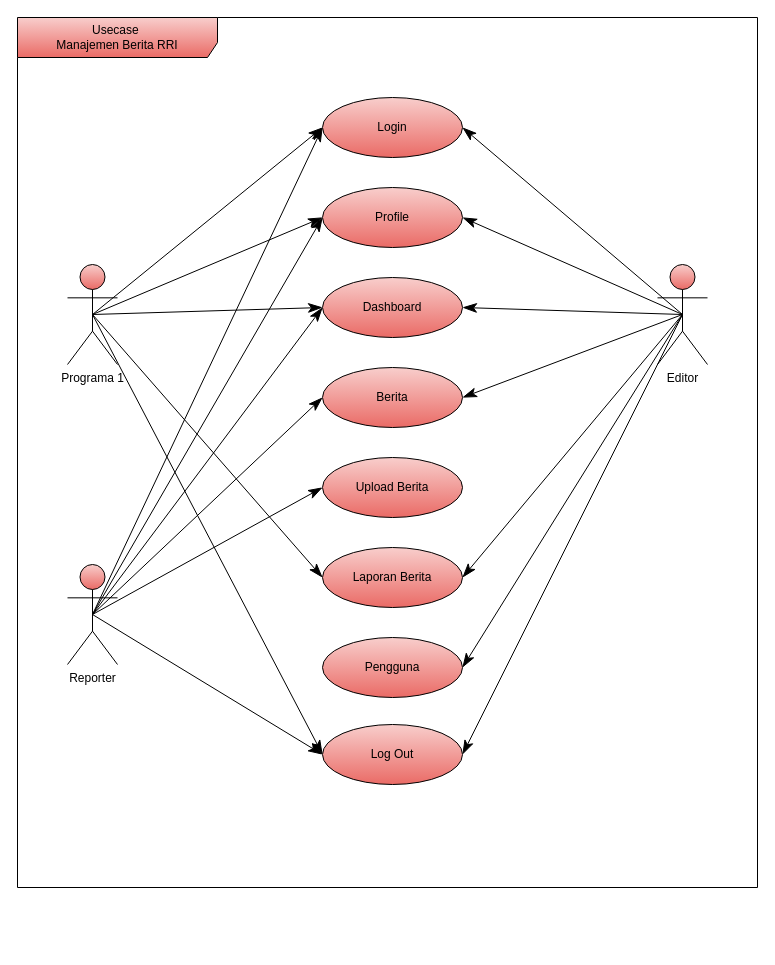
This is page "Page-2" (1 of 13) of uml/uml.drawio from Ramadhanheru/Manajemen-Berita-RRI, a draw.io file, before an edit. Source tidied: cells renumbered, new cells numbered last; positions are measured from the earlier drawing's top-left corner, leaving out a move shared by most shapes. Both pictures are drawn from the tidied source at 100%, with x=0, y=0 at pixel (17, 17).
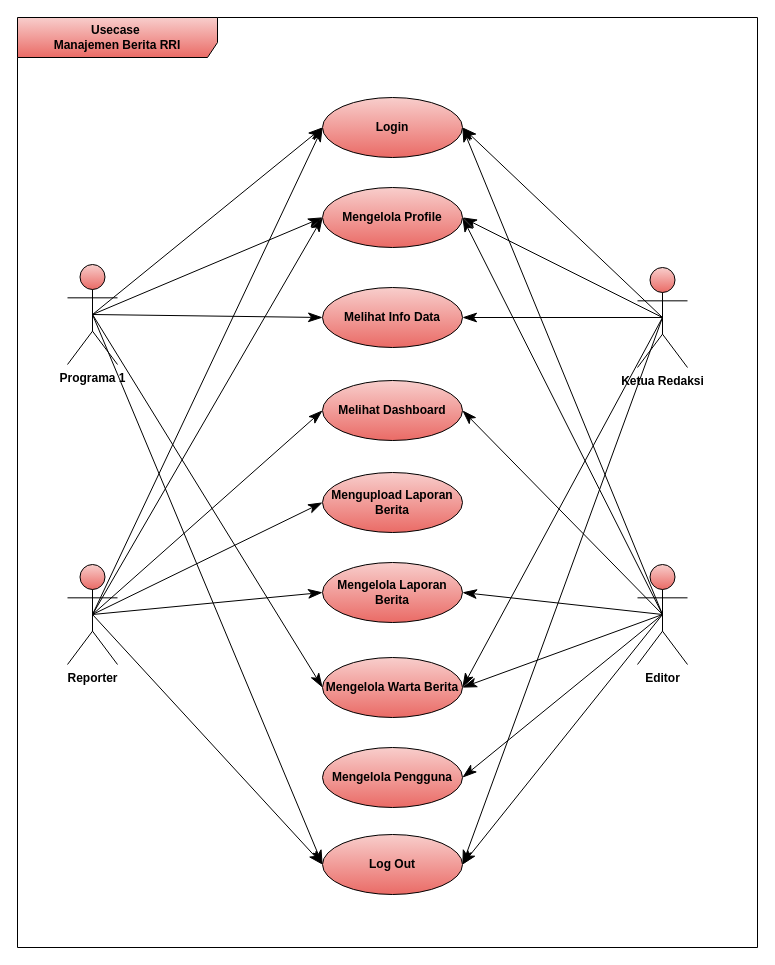
The same page after the edit.

What changed in the source:
```diff
@@
-    <mxCell id="2" value="Usecase&amp;nbsp;&lt;br&gt;Manajemen Berita RRI" style="shape=umlFrame;whiteSpace=wrap;html=1;width=200;height=40;fillColor=#f8cecc;gradientColor=#ea6b66;" parent="1" vertex="1">
-      <mxGeometry width="740" height="870" as="geometry" />
+    <mxCell id="2" value="&lt;b&gt;Usecase&amp;nbsp;&lt;br&gt;Manajemen Berita RRI&lt;/b&gt;" style="shape=umlFrame;whiteSpace=wrap;html=1;width=200;height=40;fillColor=#f8cecc;gradientColor=#ea6b66;" parent="1" vertex="1">
+      <mxGeometry width="740" height="930" as="geometry" />
     </mxCell>
-    <mxCell id="3" value="Editor" style="shape=umlActor;verticalLabelPosition=bottom;verticalAlign=top;html=1;fillColor=#f8cecc;gradientColor=#ea6b66;" parent="1" vertex="1">
-      <mxGeometry x="640" y="247" width="50" height="100" as="geometry" />
+    <mxCell id="3" value="&lt;b&gt;Editor&lt;/b&gt;" style="shape=umlActor;verticalLabelPosition=bottom;verticalAlign=top;html=1;fillColor=#f8cecc;gradientColor=#ea6b66;" parent="1" vertex="1">
+      <mxGeometry x="620" y="547" width="50" height="100" as="geometry" />
     </mxCell>
-    <mxCell id="4" value="Programa 1" style="shape=umlActor;verticalLabelPosition=bottom;verticalAlign=top;html=1;fillColor=#f8cecc;gradientColor=#ea6b66;" parent="1" vertex="1">
+    <mxCell id="4" value="&lt;b&gt;Programa 1&lt;/b&gt;" style="shape=umlActor;verticalLabelPosition=bottom;verticalAlign=top;html=1;fillColor=#f8cecc;gradientColor=#ea6b66;" parent="1" vertex="1">
       <mxGeometry x="50" y="247" width="50" height="100" as="geometry" />
     </mxCell>
-    <mxCell id="5" value="Reporter" style="shape=umlActor;verticalLabelPosition=bottom;verticalAlign=top;html=1;fillColor=#f8cecc;gradientColor=#ea6b66;" parent="1" vertex="1">
+    <mxCell id="5" value="&lt;b&gt;Reporter&lt;/b&gt;" style="shape=umlActor;verticalLabelPosition=bottom;verticalAlign=top;html=1;fillColor=#f8cecc;gradientColor=#ea6b66;" parent="1" vertex="1">
       <mxGeometry x="50" y="547" width="50" height="100" as="geometry" />
     </mxCell>
-    <mxCell id="6" value="Login" style="ellipse;whiteSpace=wrap;html=1;fillColor=#f8cecc;gradientColor=#ea6b66;" parent="1" vertex="1">
+    <mxCell id="6" value="&lt;b&gt;Login&lt;/b&gt;" style="ellipse;whiteSpace=wrap;html=1;fillColor=#f8cecc;gradientColor=#ea6b66;" parent="1" vertex="1">
       <mxGeometry x="305" y="80" width="140" height="60" as="geometry" />
     </mxCell>
-    <mxCell id="7" value="Profile" style="ellipse;whiteSpace=wrap;html=1;fillColor=#f8cecc;gradientColor=#ea6b66;" parent="1" vertex="1">
+    <mxCell id="7" value="&lt;b&gt;Mengelola Profile&lt;/b&gt;" style="ellipse;whiteSpace=wrap;html=1;fillColor=#f8cecc;gradientColor=#ea6b66;" parent="1" vertex="1">
       <mxGeometry x="305" y="170" width="140" height="60" as="geometry" />
     </mxCell>
-    <mxCell id="8" value="Dashboard" style="ellipse;whiteSpace=wrap;html=1;fillColor=#f8cecc;gradientColor=#ea6b66;" parent="1" vertex="1">
-      <mxGeometry x="305" y="260" width="140" height="60" as="geometry" />
+    <mxCell id="8" value="&lt;b&gt;Melihat Dashboard&lt;/b&gt;" style="ellipse;whiteSpace=wrap;html=1;fillColor=#f8cecc;gradientColor=#ea6b66;" parent="1" vertex="1">
+      <mxGeometry x="305" y="363" width="140" height="60" as="geometry" />
     </mxCell>
-    <mxCell id="9" value="Berita" style="ellipse;whiteSpace=wrap;html=1;fillColor=#f8cecc;gradientColor=#ea6b66;" parent="1" vertex="1">
-      <mxGeometry x="305" y="350" width="140" height="60" as="geometry" />
+    <mxCell id="9" value="&lt;b&gt;Mengelola Laporan Berita&lt;/b&gt;" style="ellipse;whiteSpace=wrap;html=1;fillColor=#f8cecc;gradientColor=#ea6b66;" parent="1" vertex="1">
+      <mxGeometry x="305" y="545" width="140" height="60" as="geometry" />
     </mxCell>
-    <mxCell id="10" value="Upload Berita" style="ellipse;whiteSpace=wrap;html=1;fillColor=#f8cecc;gradientColor=#ea6b66;" parent="1" vertex="1">
-      <mxGeometry x="305" y="440" width="140" height="60" as="geometry" />
+    <mxCell id="10" value="&lt;b&gt;Mengupload Laporan Berita&lt;/b&gt;" style="ellipse;whiteSpace=wrap;html=1;fillColor=#f8cecc;gradientColor=#ea6b66;" parent="1" vertex="1">
+      <mxGeometry x="305" y="455" width="140" height="60" as="geometry" />
     </mxCell>
-    <mxCell id="11" value="Laporan Berita" style="ellipse;whiteSpace=wrap;html=1;fillColor=#f8cecc;gradientColor=#ea6b66;" parent="1" vertex="1">
-      <mxGeometry x="305" y="530" width="140" height="60" as="geometry" />
+    <mxCell id="11" value="&lt;b&gt;Mengelola Warta Berita&lt;/b&gt;" style="ellipse;whiteSpace=wrap;html=1;fillColor=#f8cecc;gradientColor=#ea6b66;" parent="1" vertex="1">
+      <mxGeometry x="305" y="640" width="140" height="60" as="geometry" />
     </mxCell>
-    <mxCell id="12" value="Pengguna" style="ellipse;whiteSpace=wrap;html=1;fillColor=#f8cecc;gradientColor=#ea6b66;" parent="1" vertex="1">
-      <mxGeometry x="305" y="620" width="140" height="60" as="geometry" />
+    <mxCell id="12" value="&lt;b&gt;Mengelola Pengguna&lt;/b&gt;" style="ellipse;whiteSpace=wrap;html=1;fillColor=#f8cecc;gradientColor=#ea6b66;" parent="1" vertex="1">
+      <mxGeometry x="305" y="730" width="140" height="60" as="geometry" />
     </mxCell>
-    <mxCell id="13" value="Log Out" style="ellipse;whiteSpace=wrap;html=1;fillColor=#f8cecc;gradientColor=#ea6b66;" parent="1" vertex="1">
-      <mxGeometry x="305" y="707" width="140" height="60" as="geometry" />
+    <mxCell id="13" value="&lt;b&gt;Log Out&lt;/b&gt;" style="ellipse;whiteSpace=wrap;html=1;fillColor=#f8cecc;gradientColor=#ea6b66;" parent="1" vertex="1">
+      <mxGeometry x="305" y="817" width="140" height="60" as="geometry" />
     </mxCell>
@@
-    <mxCell id="16" style="endArrow=classicThin;endFill=1;endSize=12;html=1;entryX=0;entryY=0.5;entryDx=0;entryDy=0;exitX=0.5;exitY=0.5;exitDx=0;exitDy=0;exitPerimeter=0;fillColor=#f8cecc;gradientColor=#ea6b66;" parent="1" edge="1" source="4" target="8">
-      <mxGeometry relative="1" as="geometry" />
-    </mxCell>
@@
-    <mxCell id="27" style="endArrow=classicThin;endFill=1;endSize=12;html=1;entryX=1;entryY=0.5;entryDx=0;entryDy=0;exitX=0.5;exitY=0.5;exitDx=0;exitDy=0;exitPerimeter=0;fillColor=#f8cecc;gradientColor=#ea6b66;" parent="1" edge="1" source="3" target="9">
-      <mxGeometry relative="1" as="geometry" />
-    </mxCell>
@@
+    <mxCell id="27" style="endArrow=classicThin;endFill=1;endSize=12;html=1;entryX=1;entryY=0.5;entryDx=0;entryDy=0;exitX=0.5;exitY=0.5;exitDx=0;exitDy=0;exitPerimeter=0;fillColor=#f8cecc;gradientColor=#ea6b66;" parent="1" edge="1" source="3" target="9">
+      <mxGeometry relative="1" as="geometry" />
+    </mxCell>
+    <mxCell id="32" value="&lt;b&gt;Melihat Info Data&lt;/b&gt;" style="ellipse;whiteSpace=wrap;html=1;fillColor=#f8cecc;gradientColor=#ea6b66;" parent="1" vertex="1">
+      <mxGeometry x="305" y="270" width="140" height="60" as="geometry" />
+    </mxCell>
+    <mxCell id="33" style="endArrow=classicThin;endFill=1;endSize=12;html=1;entryX=0;entryY=0.5;entryDx=0;entryDy=0;exitX=0.5;exitY=0.5;exitDx=0;exitDy=0;exitPerimeter=0;fillColor=#f8cecc;gradientColor=#ea6b66;" parent="1" edge="1" source="4" target="32">
+      <mxGeometry relative="1" as="geometry" />
+    </mxCell>
+    <mxCell id="34" value="&lt;b&gt;Ketua Redaksi&lt;/b&gt;" style="shape=umlActor;verticalLabelPosition=bottom;verticalAlign=top;html=1;fillColor=#f8cecc;gradientColor=#ea6b66;" parent="1" vertex="1">
+      <mxGeometry x="620" y="250" width="50" height="100" as="geometry" />
+    </mxCell>
+    <mxCell id="35" style="endArrow=classicThin;endFill=1;endSize=12;html=1;entryX=1;entryY=0.5;entryDx=0;entryDy=0;exitX=0.5;exitY=0.5;exitDx=0;exitDy=0;exitPerimeter=0;fillColor=#f8cecc;gradientColor=#ea6b66;" parent="1" edge="1" source="34" target="6">
+      <mxGeometry relative="1" as="geometry" />
+    </mxCell>
+    <mxCell id="36" style="endArrow=classicThin;endFill=1;endSize=12;html=1;entryX=1;entryY=0.5;entryDx=0;entryDy=0;exitX=0.5;exitY=0.5;exitDx=0;exitDy=0;exitPerimeter=0;fillColor=#f8cecc;gradientColor=#ea6b66;" parent="1" edge="1" source="34" target="7">
+      <mxGeometry relative="1" as="geometry" />
+    </mxCell>
+    <mxCell id="37" style="endArrow=classicThin;endFill=1;endSize=12;html=1;entryX=1;entryY=0.5;entryDx=0;entryDy=0;exitX=0.5;exitY=0.5;exitDx=0;exitDy=0;exitPerimeter=0;fillColor=#f8cecc;gradientColor=#ea6b66;" parent="1" edge="1" source="34" target="32">
+      <mxGeometry relative="1" as="geometry" />
+    </mxCell>
+    <mxCell id="38" style="endArrow=classicThin;endFill=1;endSize=12;html=1;entryX=1;entryY=0.5;entryDx=0;entryDy=0;exitX=0.5;exitY=0.5;exitDx=0;exitDy=0;exitPerimeter=0;fillColor=#f8cecc;gradientColor=#ea6b66;" parent="1" edge="1" source="34" target="11">
+      <mxGeometry relative="1" as="geometry" />
+    </mxCell>
+    <mxCell id="39" style="endArrow=classicThin;endFill=1;endSize=12;html=1;entryX=1;entryY=0.5;entryDx=0;entryDy=0;exitX=0.5;exitY=0.5;exitDx=0;exitDy=0;exitPerimeter=0;fillColor=#f8cecc;gradientColor=#ea6b66;" parent="1" edge="1" source="34" target="13">
+      <mxGeometry relative="1" as="geometry" />
+    </mxCell>
```
